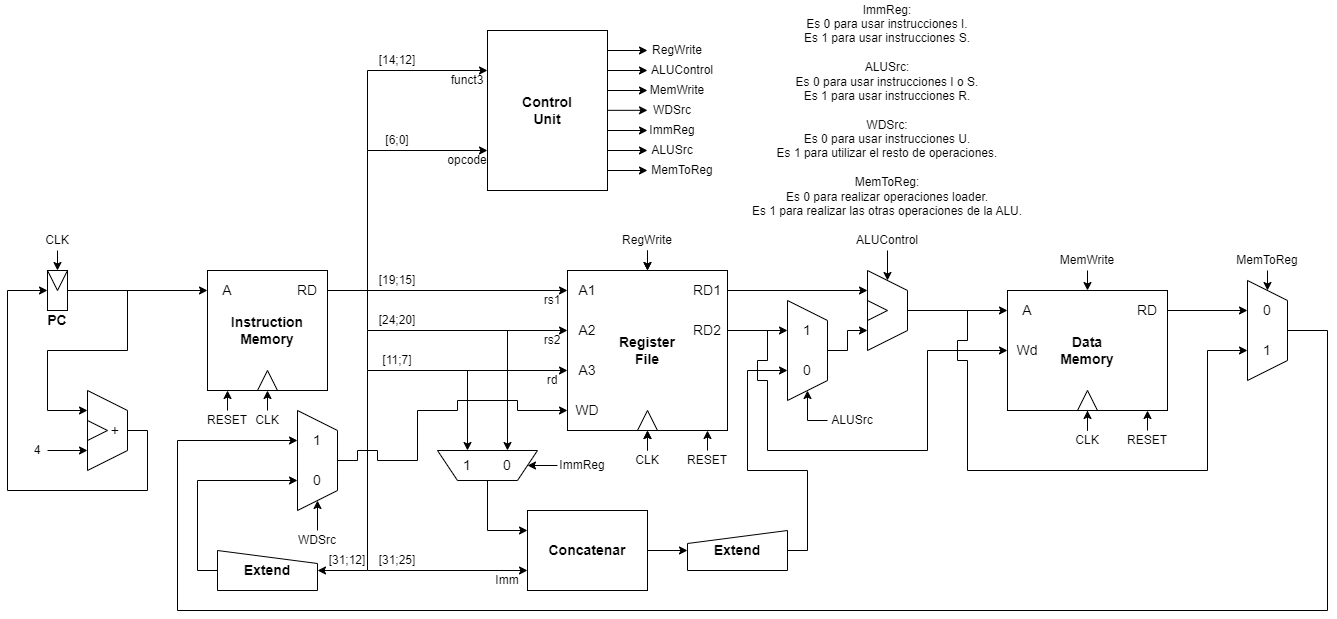
Before: Proyecto RISCV/Avance 1/Diagrama Instrucciones.png, a diagram exported from draw.io (Ztrake1009/Proyectos_Micros). Source tidied: cells renumbered, new cells last; positions are measured from the earlier drawing's top-left corner, leaving out a move shared by most shapes.
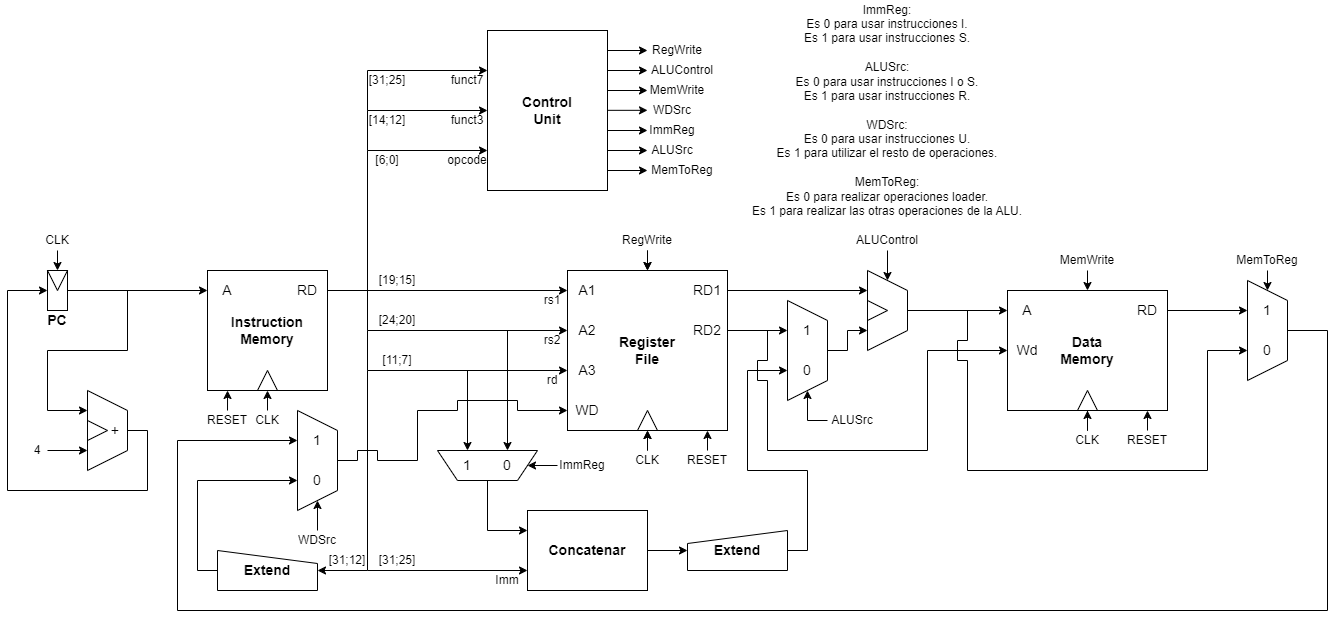
Above is the later version.

The edit, as a diff of the source:
```diff
@@ -145,16 +145,16 @@
     <mxCell id="43" value="MemWrite" style="text;html=1;strokeColor=none;fillColor=none;align=center;verticalAlign=middle;whiteSpace=wrap;rounded=0;fontSize=12;fontStyle=0;" parent="1" vertex="1">
       <mxGeometry x="1050" y="250" width="60" height="20" as="geometry" />
     </mxCell>
-    <mxCell id="44" style="endArrow=classic;html=1;rounded=0;entryX=0;entryY=0.25;entryDx=0;entryDy=0;" parent="1" edge="1" target="20">
+    <mxCell id="44" style="endArrow=classic;html=1;rounded=0;entryX=0;entryY=0.5;entryDx=0;entryDy=0;" parent="1" edge="1" target="20">
       <mxGeometry relative="1" as="geometry">
         <mxPoint x="360" y="150" as="sourcePoint" />
         <Array as="points">
-          <mxPoint x="360" y="70" />
+          <mxPoint x="360" y="110" />
         </Array>
       </mxGeometry>
     </mxCell>
     <mxCell id="45" value="[14;12]" style="text;html=1;strokeColor=none;fillColor=none;align=center;verticalAlign=middle;whiteSpace=wrap;rounded=0;fontSize=12;fontStyle=0;" parent="1" vertex="1">
-      <mxGeometry x="370" y="50" width="40" height="20" as="geometry" />
+      <mxGeometry x="360" y="110" width="40" height="20" as="geometry" />
     </mxCell>
     <mxCell id="46" style="endArrow=classic;html=1;rounded=0;entryX=0;entryY=0.75;entryDx=0;entryDy=0;" parent="1" edge="1" target="20">
       <mxGeometry relative="1" as="geometry">
@@ -165,10 +165,10 @@
       </mxGeometry>
     </mxCell>
     <mxCell id="47" value="[6;0]" style="text;html=1;strokeColor=none;fillColor=none;align=center;verticalAlign=middle;whiteSpace=wrap;rounded=0;fontSize=12;fontStyle=0;" parent="1" vertex="1">
-      <mxGeometry x="370" y="130" width="40" height="20" as="geometry" />
+      <mxGeometry x="360" y="150" width="40" height="20" as="geometry" />
     </mxCell>
     <mxCell id="48" value="funct3" style="text;html=1;strokeColor=none;fillColor=none;align=center;verticalAlign=middle;whiteSpace=wrap;rounded=0;fontSize=12;fontStyle=0;" parent="1" vertex="1">
-      <mxGeometry x="440" y="70" width="40" height="20" as="geometry" />
+      <mxGeometry x="440" y="110" width="40" height="20" as="geometry" />
     </mxCell>
     <mxCell id="49" value="opcode" style="text;html=1;strokeColor=none;fillColor=none;align=center;verticalAlign=middle;whiteSpace=wrap;rounded=0;fontSize=12;fontStyle=0;" parent="1" vertex="1">
       <mxGeometry x="440" y="150" width="40" height="20" as="geometry" />
@@ -371,10 +371,10 @@
     <mxCell id="91" style="shape=trapezoid;perimeter=trapezoidPerimeter;whiteSpace=wrap;html=1;fixedSize=1;rotation=90;fillColor=none;" parent="1" vertex="1">
       <mxGeometry x="1210" y="310" width="100" height="40" as="geometry" />
     </mxCell>
-    <mxCell id="92" value="0" style="text;html=1;strokeColor=none;fillColor=none;align=center;verticalAlign=middle;whiteSpace=wrap;rounded=0;fontSize=14;" parent="1" vertex="1">
+    <mxCell id="92" value="1" style="text;html=1;strokeColor=none;fillColor=none;align=center;verticalAlign=middle;whiteSpace=wrap;rounded=0;fontSize=14;" parent="1" vertex="1">
       <mxGeometry x="1240" y="295" width="40" height="30" as="geometry" />
     </mxCell>
-    <mxCell id="93" value="1" style="text;html=1;strokeColor=none;fillColor=none;align=center;verticalAlign=middle;whiteSpace=wrap;rounded=0;fontSize=14;" parent="1" vertex="1">
+    <mxCell id="93" value="0" style="text;html=1;strokeColor=none;fillColor=none;align=center;verticalAlign=middle;whiteSpace=wrap;rounded=0;fontSize=14;" parent="1" vertex="1">
       <mxGeometry x="1240" y="335" width="40" height="30" as="geometry" />
     </mxCell>
     <mxCell id="94" style="endArrow=classic;html=1;rounded=0;entryX=0;entryY=0.5;entryDx=0;entryDy=0;exitX=1;exitY=0.5;exitDx=0;exitDy=0;" parent="1" edge="1" source="15" target="92">
@@ -521,5 +521,19 @@
     <mxCell id="126" style="edgeStyle=orthogonalEdgeStyle;rounded=0;jettySize=auto;html=1;exitX=0.5;exitY=0;exitDx=0;exitDy=0;entryX=0.167;entryY=1;entryDx=0;entryDy=0;entryPerimeter=0;" parent="1" edge="1" source="125" target="2">
       <mxGeometry relative="1" as="geometry" />
     </mxCell>
+    <mxCell id="127" style="endArrow=classic;html=1;rounded=0;entryX=0;entryY=0.25;entryDx=0;entryDy=0;" parent="1" edge="1" target="20">
+      <mxGeometry relative="1" as="geometry">
+        <mxPoint x="360" y="110" as="sourcePoint" />
+        <Array as="points">
+          <mxPoint x="360" y="70" />
+        </Array>
+      </mxGeometry>
+    </mxCell>
+    <mxCell id="128" value="funct7" style="text;html=1;strokeColor=none;fillColor=none;align=center;verticalAlign=middle;whiteSpace=wrap;rounded=0;fontSize=12;fontStyle=0;" parent="1" vertex="1">
+      <mxGeometry x="440" y="70" width="40" height="20" as="geometry" />
+    </mxCell>
+    <mxCell id="129" value="[31;25]" style="text;html=1;strokeColor=none;fillColor=none;align=center;verticalAlign=middle;whiteSpace=wrap;rounded=0;fontSize=12;fontStyle=0;" parent="1" vertex="1">
+      <mxGeometry x="360" y="70" width="40" height="20" as="geometry" />
+    </mxCell>
   </root>
 </mxGraphModel>
```
